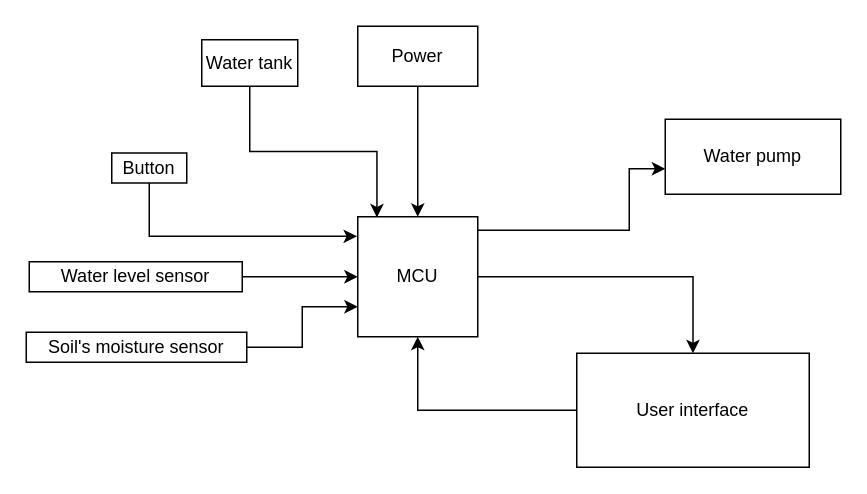
Before: Untitled Diagram.drawio in anhkhangluu/test-project, a draw.io diagram. Source tidied: cells renumbered, new cells numbered last; positions are measured from the earlier drawing's top-left corner, leaving out a move shared by most shapes. Both pictures are drawn from the tidied source at 150%, with x=0, y=0 at pixel (26, 26).
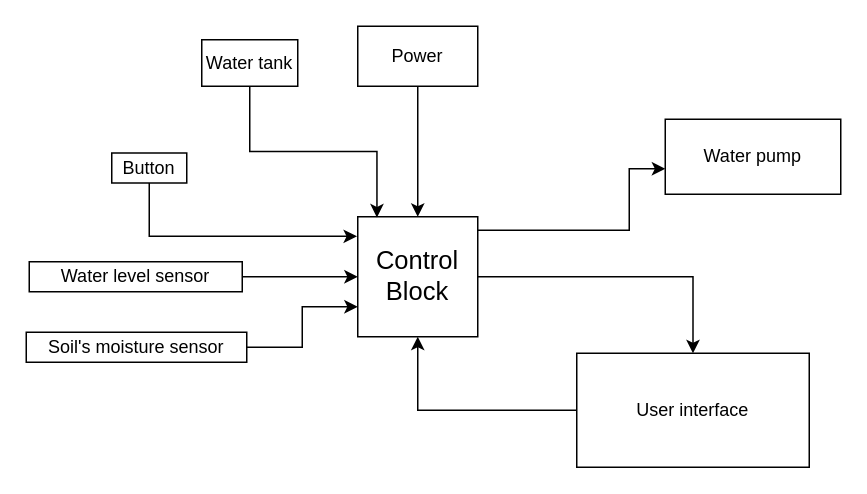
Above is the later version.

Diff of the diagram source:
```diff
@@
-    <mxCell id="4" value="MCU" style="whiteSpace=wrap;html=1;" parent="1" vertex="1">
+    <mxCell id="4" value="&lt;font style=&quot;font-size: 17px&quot;&gt;Control &lt;br&gt;Block&lt;/font&gt;" style="whiteSpace=wrap;html=1;" parent="1" vertex="1">
       <mxGeometry x="221" y="127" width="80" height="80" as="geometry" />
     </mxCell>
```
